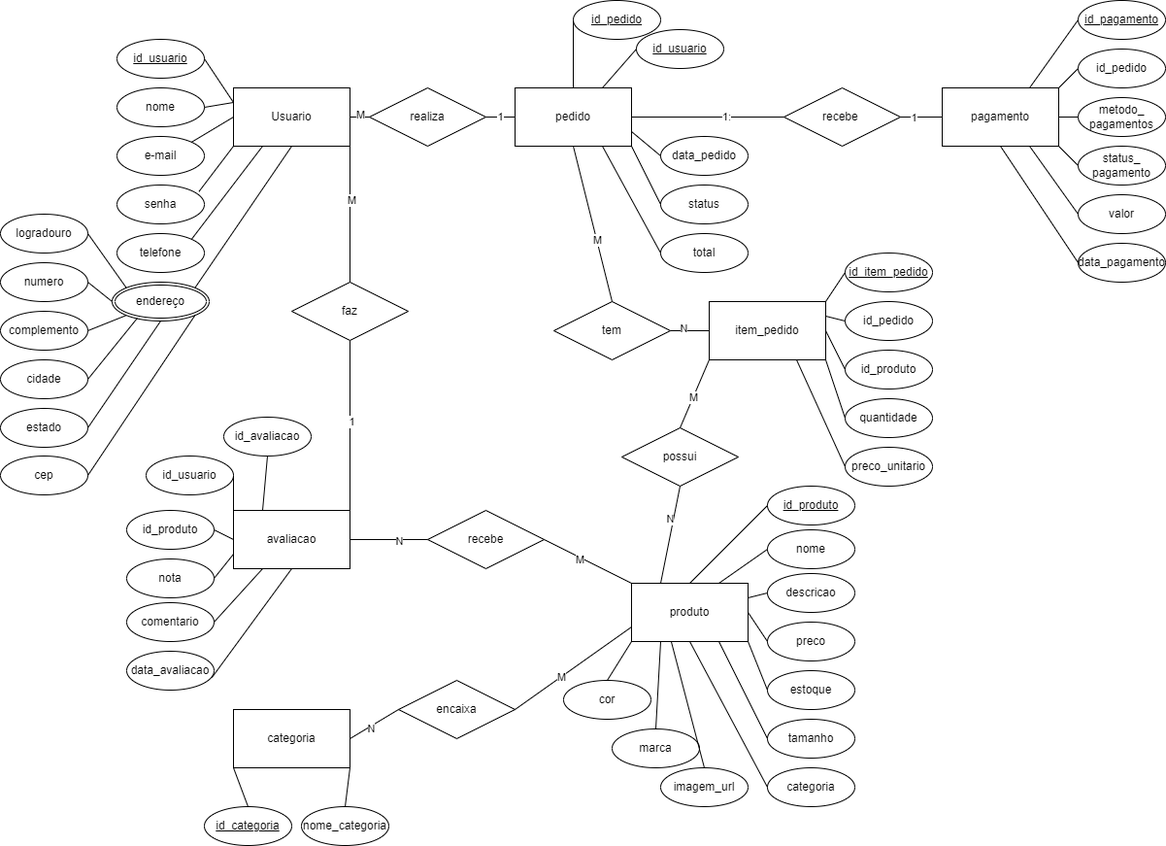
The draw.io diagram Entregues/DER.png in aliceqo/LMNTRX-Shoes, before a commit. Source tidied: cells renumbered, new cells last; positions are measured from the earlier drawing's top-left corner, leaving out a move shared by most shapes.
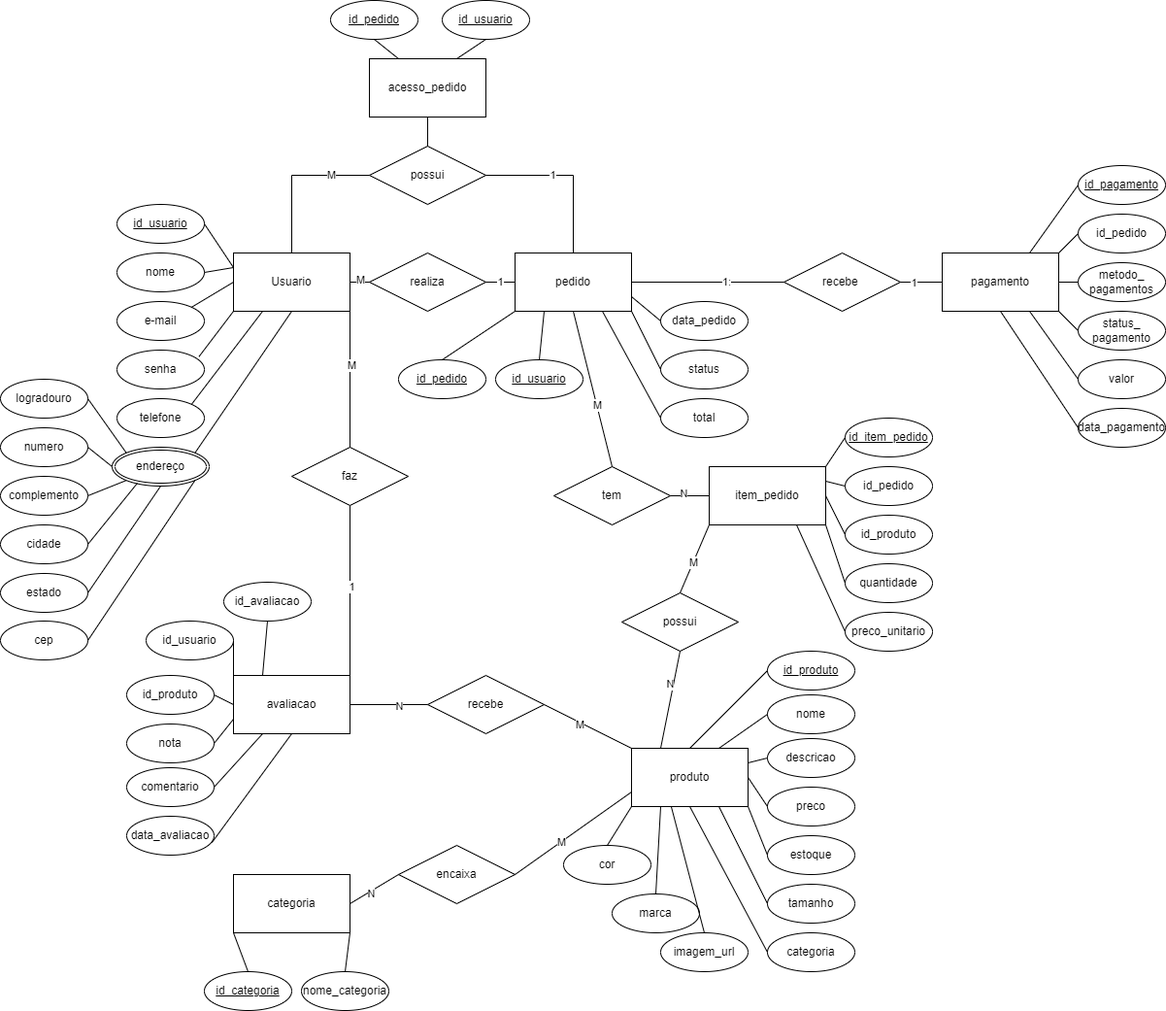
Later version of the same file.

Change to the diagram source:
```diff
@@ -75,10 +75,10 @@
       <mxGeometry relative="1" as="geometry" />
     </mxCell>
     <mxCell id="26" value="&lt;u&gt;id_pedido&lt;/u&gt;" style="ellipse;whiteSpace=wrap;html=1;" parent="1" vertex="1">
-      <mxGeometry x="590" width="90" height="40" as="geometry" />
+      <mxGeometry x="410" y="200" width="90" height="40" as="geometry" />
     </mxCell>
     <mxCell id="27" value="&lt;u style=&quot;background-color: initial;&quot;&gt;id_usuario&lt;/u&gt;" style="ellipse;whiteSpace=wrap;html=1;" parent="1" vertex="1">
-      <mxGeometry x="655" y="30" width="90" height="40" as="geometry" />
+      <mxGeometry x="510" y="200" width="90" height="40" as="geometry" />
     </mxCell>
     <mxCell id="28" value="data_pedido" style="ellipse;whiteSpace=wrap;html=1;" parent="1" vertex="1">
       <mxGeometry x="680" y="140" width="90" height="40" as="geometry" />
@@ -89,10 +89,10 @@
     <mxCell id="30" value="total" style="ellipse;whiteSpace=wrap;html=1;" parent="1" vertex="1">
       <mxGeometry x="680" y="240" width="90" height="40" as="geometry" />
     </mxCell>
-    <mxCell id="31" style="endArrow=none;html=1;rounded=0;exitX=0;exitY=0.5;exitDx=0;exitDy=0;entryX=0.5;entryY=0;entryDx=0;entryDy=0;" parent="1" edge="1" source="26" target="24">
+    <mxCell id="31" style="endArrow=none;html=1;rounded=0;exitX=0.5;exitY=0;exitDx=0;exitDy=0;entryX=0;entryY=1;entryDx=0;entryDy=0;" parent="1" edge="1" source="26" target="24">
       <mxGeometry relative="1" as="geometry" />
     </mxCell>
-    <mxCell id="32" style="endArrow=none;html=1;rounded=0;exitX=0;exitY=0.5;exitDx=0;exitDy=0;entryX=0.75;entryY=0;entryDx=0;entryDy=0;" parent="1" edge="1" source="27" target="24">
+    <mxCell id="32" style="endArrow=none;html=1;rounded=0;exitX=0.5;exitY=0;exitDx=0;exitDy=0;entryX=0.25;entryY=1;entryDx=0;entryDy=0;" parent="1" edge="1" source="27" target="24">
       <mxGeometry relative="1" as="geometry" />
     </mxCell>
     <mxCell id="33" style="endArrow=none;html=1;rounded=0;exitX=0;exitY=0.5;exitDx=0;exitDy=0;entryX=1;entryY=0.75;entryDx=0;entryDy=0;" parent="1" edge="1" source="28" target="24">
@@ -407,5 +407,46 @@
     <mxCell id="134" value="M" style="edgeLabel;html=1;align=center;verticalAlign=middle;" parent="133" vertex="1">
       <mxGeometry x="0.21" y="-1" relative="1" as="geometry" />
     </mxCell>
+    <mxCell id="135" value="possui" style="shape=rhombus;perimeter=rhombusPerimeter;whiteSpace=wrap;html=1;align=center;" parent="1" vertex="1">
+      <mxGeometry x="380" y="-20" width="120" height="60" as="geometry" />
+    </mxCell>
+    <mxCell id="136" value="acesso_pedido" style="rounded=0;whiteSpace=wrap;html=1;" parent="1" vertex="1">
+      <mxGeometry x="380" y="-110" width="120" height="60" as="geometry" />
+    </mxCell>
+    <mxCell id="137" value="&lt;u&gt;id_pedido&lt;/u&gt;" style="ellipse;whiteSpace=wrap;html=1;" parent="1" vertex="1">
+      <mxGeometry x="340" y="-170" width="90" height="40" as="geometry" />
+    </mxCell>
+    <mxCell id="138" value="&lt;u&gt;id_usuario&lt;/u&gt;" style="ellipse;whiteSpace=wrap;html=1;" parent="1" vertex="1">
+      <mxGeometry x="455" y="-170" width="90" height="40" as="geometry" />
+    </mxCell>
+    <mxCell id="139" style="endArrow=none;html=1;rounded=0;entryX=0.5;entryY=1;entryDx=0;entryDy=0;exitX=0.75;exitY=0;exitDx=0;exitDy=0;" parent="1" edge="1" source="136" target="138">
+      <mxGeometry relative="1" as="geometry" />
+    </mxCell>
+    <mxCell id="140" style="endArrow=none;html=1;rounded=0;exitX=0.5;exitY=1;exitDx=0;exitDy=0;entryX=0.25;entryY=0;entryDx=0;entryDy=0;" parent="1" edge="1" source="137" target="136">
+      <mxGeometry relative="1" as="geometry" />
+    </mxCell>
+    <mxCell id="141" style="endArrow=none;html=1;rounded=0;exitX=0.5;exitY=0;exitDx=0;exitDy=0;entryX=1;entryY=0.5;entryDx=0;entryDy=0;" parent="1" edge="1" source="24" target="135">
+      <mxGeometry relative="1" as="geometry">
+        <Array as="points">
+          <mxPoint x="590" y="10" />
+        </Array>
+      </mxGeometry>
+    </mxCell>
+    <mxCell id="142" value="1" style="edgeLabel;html=1;align=center;verticalAlign=middle;" parent="141" vertex="1">
+      <mxGeometry x="0.2" y="-1" relative="1" as="geometry" />
+    </mxCell>
+    <mxCell id="143" style="endArrow=none;html=1;rounded=0;exitX=0.5;exitY=0;exitDx=0;exitDy=0;entryX=0;entryY=0.5;entryDx=0;entryDy=0;" parent="1" edge="1" source="2" target="135">
+      <mxGeometry relative="1" as="geometry">
+        <Array as="points">
+          <mxPoint x="300" y="10" />
+        </Array>
+      </mxGeometry>
+    </mxCell>
+    <mxCell id="144" value="M" style="edgeLabel;html=1;align=center;verticalAlign=middle;" parent="143" vertex="1">
+      <mxGeometry x="0.5" y="1" relative="1" as="geometry" />
+    </mxCell>
+    <mxCell id="145" style="endArrow=none;html=1;rounded=0;exitX=0.5;exitY=0;exitDx=0;exitDy=0;entryX=0.5;entryY=1;entryDx=0;entryDy=0;" parent="1" edge="1" source="135" target="136">
+      <mxGeometry relative="1" as="geometry" />
+    </mxCell>
   </root>
 </mxGraphModel>
```
